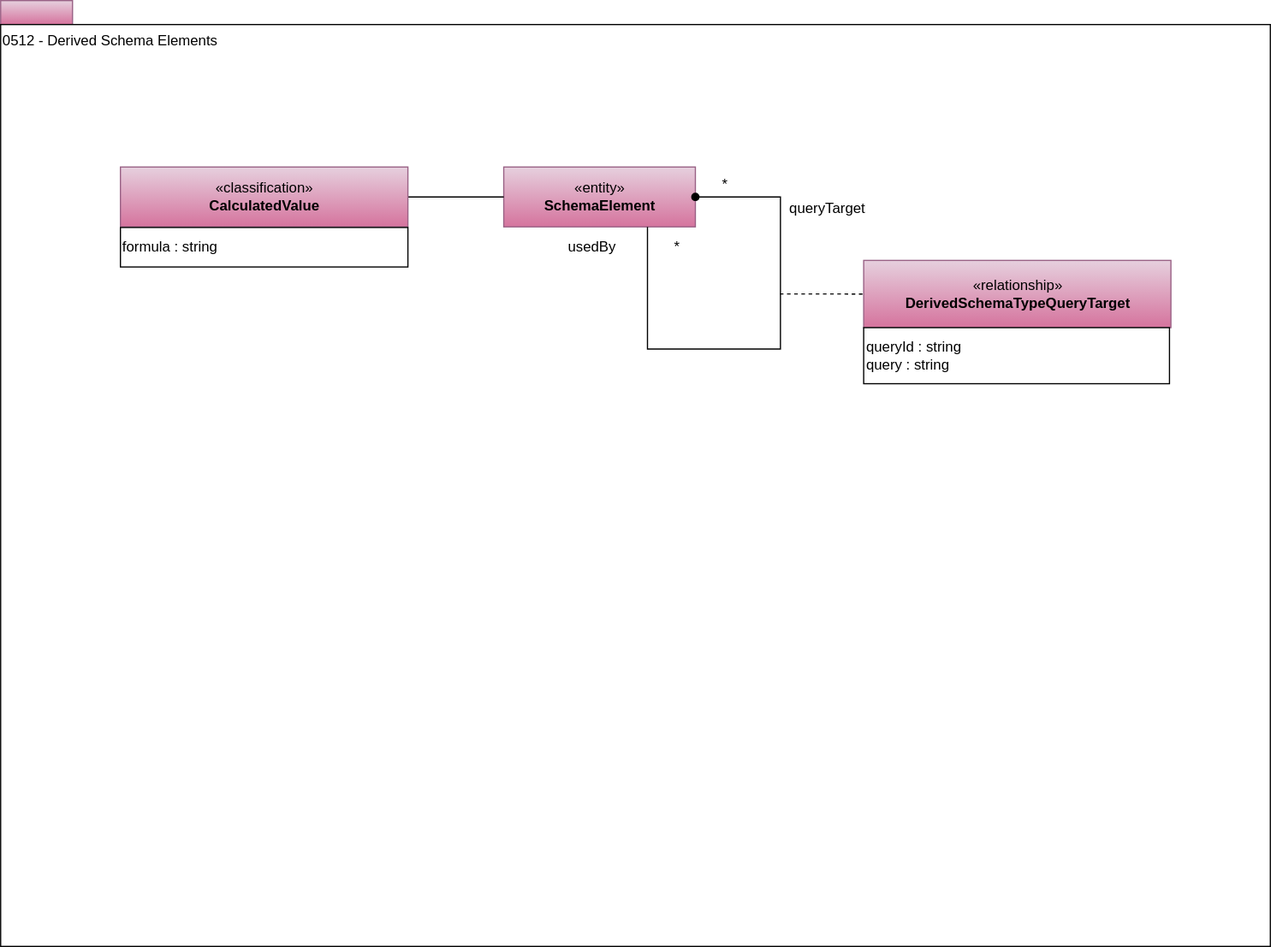
Earlier version of the draw.io export site/docs/types/5/0512-Derived-Schema-Elements.svg (odpi/egeria-docs). Source tidied: cells renumbered, new cells last; positions are measured from the earlier drawing's top-left corner, leaving out a move shared by most shapes. The source it was exported from:
```xml
<mxGraphModel>
  <root>
    <mxCell id="0" />
    <mxCell id="1" parent="0" />
    <mxCell id="2" style="rounded=0;whiteSpace=wrap;html=1;align=left;fillColor=#e6d0de;strokeColor=#996185;gradientColor=#d5739d;" parent="1" vertex="1">
      <mxGeometry width="60" height="20" as="geometry" />
    </mxCell>
    <mxCell id="3" value="0512 - Derived Schema Elements" style="rounded=0;whiteSpace=wrap;html=1;align=left;verticalAlign=top;" parent="1" vertex="1">
      <mxGeometry y="20" width="1060" height="770" as="geometry" />
    </mxCell>
    <mxCell id="4" value="«entity»&lt;br&gt;&lt;b&gt;SchemaElement&lt;/b&gt;" style="html=1;strokeColor=#996185;align=center;fillColor=#e6d0de;gradientColor=#d5739d;" parent="1" vertex="1">
      <mxGeometry x="420" y="139" width="160" height="50" as="geometry" />
    </mxCell>
    <mxCell id="5" value="*" style="text;html=1;strokeColor=none;fillColor=none;align=center;verticalAlign=middle;whiteSpace=wrap;rounded=0;" parent="1" vertex="1">
      <mxGeometry x="584.5" y="144" width="40" height="20" as="geometry" />
    </mxCell>
    <mxCell id="6" value="queryTarget" style="text;html=1;strokeColor=none;fillColor=none;align=center;verticalAlign=middle;whiteSpace=wrap;rounded=0;" parent="1" vertex="1">
      <mxGeometry x="629" y="164" width="123" height="20" as="geometry" />
    </mxCell>
    <mxCell id="7" value="*" style="text;html=1;strokeColor=none;fillColor=none;align=center;verticalAlign=middle;whiteSpace=wrap;rounded=0;" parent="1" vertex="1">
      <mxGeometry x="544.5" y="196" width="40" height="20" as="geometry" />
    </mxCell>
    <mxCell id="8" value="usedBy" style="text;html=1;strokeColor=none;fillColor=none;align=center;verticalAlign=middle;whiteSpace=wrap;rounded=0;" parent="1" vertex="1">
      <mxGeometry x="455" y="196" width="78" height="20" as="geometry" />
    </mxCell>
    <mxCell id="9" style="endArrow=none;dashed=1;html=1;entryX=0;entryY=0.5;entryDx=0;entryDy=0;" parent="1" edge="1" target="11">
      <mxGeometry relative="1" as="geometry">
        <mxPoint x="650.5" y="245" as="sourcePoint" />
      </mxGeometry>
    </mxCell>
    <mxCell id="10" style="group;" parent="1" vertex="1">
      <mxGeometry x="720.5" y="217" width="256.5" height="103" as="geometry" />
    </mxCell>
    <mxCell id="11" value="«relationship»&lt;br&gt;&lt;b&gt;DerivedSchemaTypeQueryTarget&lt;/b&gt;" style="html=1;strokeColor=#996185;align=center;fillColor=#e6d0de;gradientColor=#d5739d;" parent="10" vertex="1">
      <mxGeometry width="256.5" height="56.2" as="geometry" />
    </mxCell>
    <mxCell id="12" value="&lt;div style=&quot;text-align: left&quot;&gt;&lt;span&gt;queryId : string&lt;/span&gt;&lt;/div&gt;&lt;div style=&quot;text-align: left&quot;&gt;&lt;span&gt;query : string&lt;/span&gt;&lt;/div&gt;" style="rounded=0;whiteSpace=wrap;html=1;strokeColor=#000000;gradientColor=#ffffff;align=left;" parent="10" vertex="1">
      <mxGeometry y="56.2" width="255.3" height="46.8" as="geometry" />
    </mxCell>
    <mxCell id="13" style="edgeStyle=orthogonalEdgeStyle;rounded=0;jettySize=auto;html=1;exitX=1;exitY=0.5;exitDx=0;exitDy=0;entryX=0;entryY=0.5;entryDx=0;entryDy=0;startSize=6;endArrow=none;endFill=0;endSize=16;" parent="1" edge="1" source="14" target="4">
      <mxGeometry relative="1" as="geometry" />
    </mxCell>
    <mxCell id="14" value="«classification»&lt;br&gt;&lt;b&gt;CalculatedValue&lt;/b&gt;" style="html=1;strokeColor=#996185;align=center;fillColor=#e6d0de;gradientColor=#d5739d;" parent="1" vertex="1">
      <mxGeometry x="100" y="139" width="240" height="50" as="geometry" />
    </mxCell>
    <mxCell id="15" value="&lt;span style=&quot;white-space: normal&quot;&gt;formula : string&lt;/span&gt;" style="rounded=0;whiteSpace=wrap;html=1;strokeColor=#000000;gradientColor=#ffffff;align=left;" parent="1" vertex="1">
      <mxGeometry x="100" y="189.5" width="240" height="33" as="geometry" />
    </mxCell>
    <mxCell id="16" style="edgeStyle=orthogonalEdgeStyle;rounded=0;orthogonalLoop=1;jettySize=auto;html=1;exitX=1;exitY=0.5;exitDx=0;exitDy=0;endArrow=none;endFill=0;entryX=0.75;entryY=1;entryDx=0;entryDy=0;startArrow=oval;startFill=1;" parent="1" edge="1" source="4" target="4">
      <mxGeometry relative="1" as="geometry">
        <Array as="points">
          <mxPoint x="651" y="164" />
          <mxPoint x="651" y="291" />
          <mxPoint x="540" y="291" />
        </Array>
      </mxGeometry>
    </mxCell>
  </root>
</mxGraphModel>
```
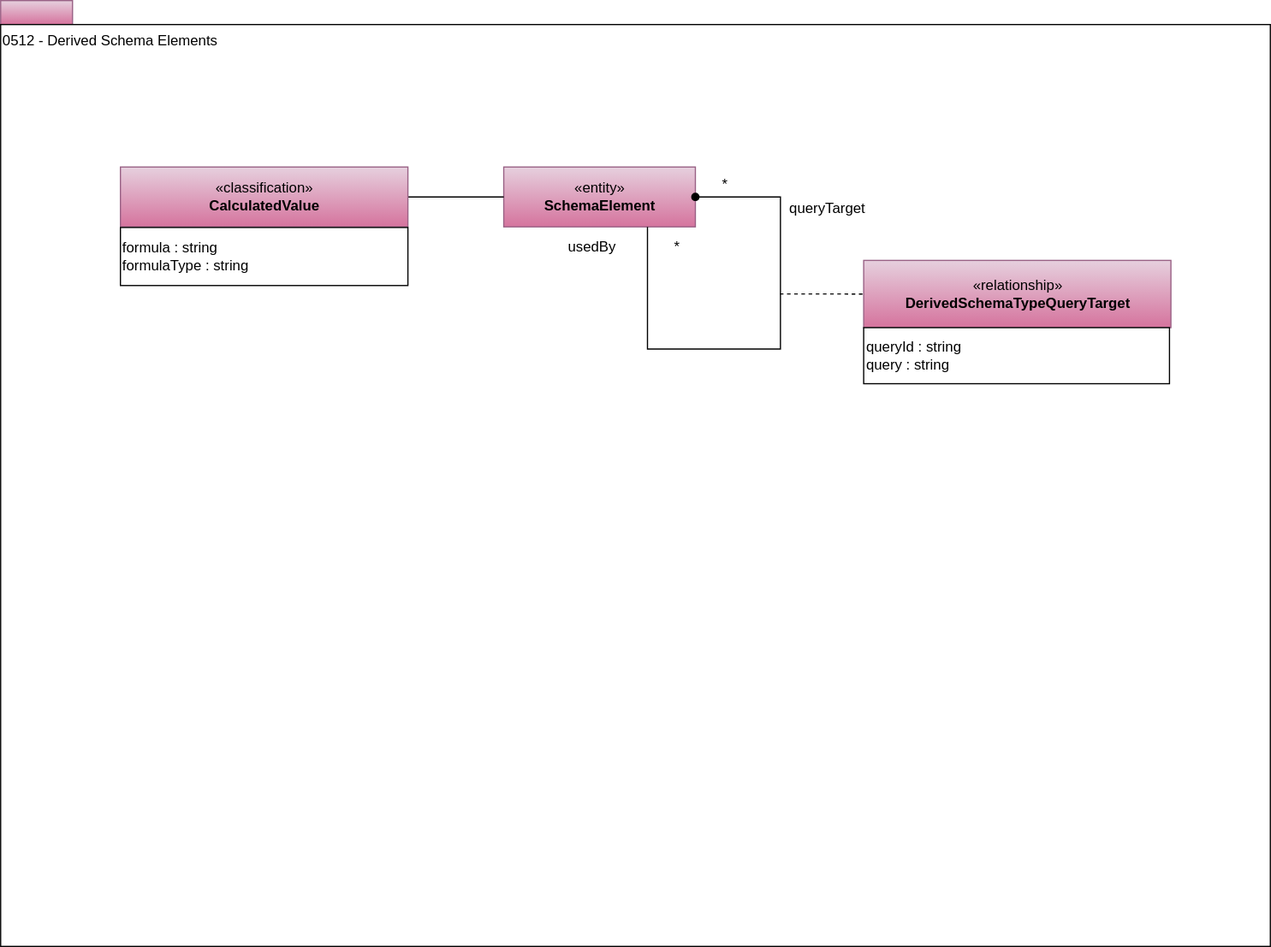
The same diagram one commit later.

Change to the diagram source:
```diff
@@ -43,8 +43,8 @@
     <mxCell id="14" value="«classification»&lt;br&gt;&lt;b&gt;CalculatedValue&lt;/b&gt;" style="html=1;strokeColor=#996185;align=center;fillColor=#e6d0de;gradientColor=#d5739d;" parent="1" vertex="1">
       <mxGeometry x="100" y="139" width="240" height="50" as="geometry" />
     </mxCell>
-    <mxCell id="15" value="&lt;span style=&quot;white-space: normal&quot;&gt;formula : string&lt;/span&gt;" style="rounded=0;whiteSpace=wrap;html=1;strokeColor=#000000;gradientColor=#ffffff;align=left;" parent="1" vertex="1">
-      <mxGeometry x="100" y="189.5" width="240" height="33" as="geometry" />
+    <mxCell id="15" value="&lt;span style=&quot;white-space: normal&quot;&gt;formula : string&lt;br&gt;formulaType : string&lt;br&gt;&lt;/span&gt;" style="rounded=0;whiteSpace=wrap;html=1;strokeColor=#000000;gradientColor=#ffffff;align=left;" parent="1" vertex="1">
+      <mxGeometry x="100" y="189.5" width="240" height="48.5" as="geometry" />
     </mxCell>
     <mxCell id="16" style="edgeStyle=orthogonalEdgeStyle;rounded=0;orthogonalLoop=1;jettySize=auto;html=1;exitX=1;exitY=0.5;exitDx=0;exitDy=0;endArrow=none;endFill=0;entryX=0.75;entryY=1;entryDx=0;entryDy=0;startArrow=oval;startFill=1;" parent="1" edge="1" source="4" target="4">
       <mxGeometry relative="1" as="geometry">
```
